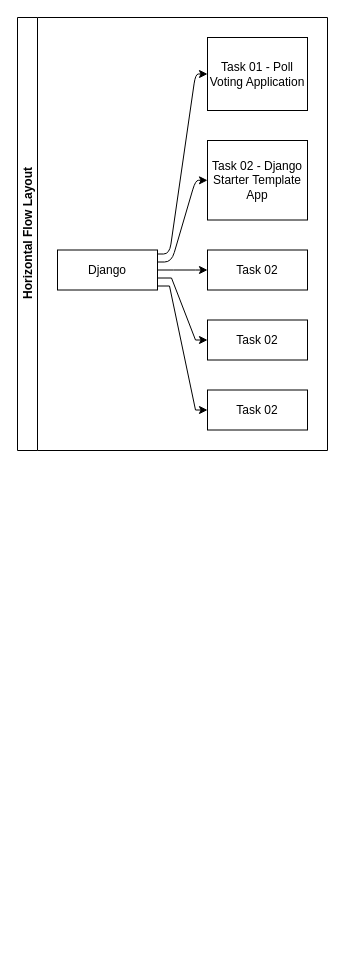
Earlier version of the draw.io diagram mindmaps - 001 Diagram.drawio (sip005/drawio_01). Source tidied: cells renumbered, new cells numbered last; positions are measured from the earlier drawing's top-left corner, leaving out a move shared by most shapes. Both pictures are drawn from the tidied source at 100%, with x=0, y=0 at pixel (17, 17).
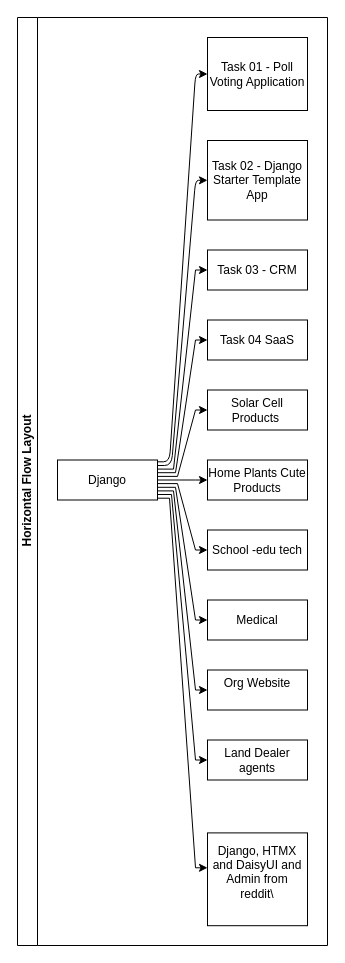
After the change.

The change refers to these unchanged cells:
```xml
<mxCell id="4" value="Task 01 - Poll Voting Application" style="whiteSpace=wrap;html=1;" parent="2" vertex="1">
  <mxGeometry x="190" y="20" width="100" height="73" as="geometry" />
</mxCell>
<mxCell id="6" value="Task 02 - Django Starter Template App" style="whiteSpace=wrap;html=1;" parent="2" vertex="1">
  <mxGeometry x="190" y="123" width="100" height="79.5" as="geometry" />
</mxCell>
```

The edit, as a diff of the source:
```diff
@@
     <mxCell id="2" value="Horizontal Flow Layout" style="swimlane;html=1;startSize=20;horizontal=0;flowOrientation=west;interRankCellSpacing=50;containerType=tree;fontSize=12;" parent="1" vertex="1">
-      <mxGeometry width="310" height="433" as="geometry" />
+      <mxGeometry width="310" height="928" as="geometry" />
     </mxCell>
     <mxCell id="3" value="Django" style="whiteSpace=wrap;html=1;" parent="2" vertex="1">
-      <mxGeometry x="40" y="232.5" width="100" height="40" as="geometry" />
+      <mxGeometry x="40" y="442.5" width="100" height="40" as="geometry" />
     </mxCell>
@@
     <mxCell id="5" style="html=1;rounded=1;curved=0;sourcePerimeterSpacing=0;targetPerimeterSpacing=0;startSize=6;endSize=6;noEdgeStyle=1;orthogonal=1;" parent="2" edge="1" source="3" target="4">
       <mxGeometry relative="1" as="geometry">
         <Array as="points">
-          <mxPoint x="152" y="236.5" />
+          <mxPoint x="152" y="444.3" />
           <mxPoint x="178" y="56.5" />
         </Array>
       </mxGeometry>
     </mxCell>
@@
     <mxCell id="7" style="html=1;rounded=1;curved=0;sourcePerimeterSpacing=0;targetPerimeterSpacing=0;startSize=6;endSize=6;noEdgeStyle=1;orthogonal=1;" parent="2" edge="1" source="3" target="6">
       <mxGeometry relative="1" as="geometry">
         <Array as="points">
-          <mxPoint x="154" y="244.5" />
+          <mxPoint x="154" y="448" />
           <mxPoint x="178" y="162.8" />
         </Array>
       </mxGeometry>
     </mxCell>
     <mxCell id="8" style="edgeStyle=orthogonalEdgeStyle;rounded=0;jettySize=auto;html=1;noEdgeStyle=1;orthogonal=1;" parent="2" edge="1" source="3" target="9">
       <mxGeometry relative="1" as="geometry">
         <Array as="points">
-          <mxPoint x="156" y="252.5" />
+          <mxPoint x="156" y="451.6" />
           <mxPoint x="178" y="252.5" />
         </Array>
       </mxGeometry>
     </mxCell>
-    <mxCell id="9" value="Task 02" style="whiteSpace=wrap;html=1;" parent="2" vertex="1">
+    <mxCell id="9" value="Task 03 - CRM" style="whiteSpace=wrap;html=1;" parent="2" vertex="1">
       <mxGeometry x="190" y="232.5" width="100" height="40" as="geometry" />
     </mxCell>
     <mxCell id="10" style="edgeStyle=orthogonalEdgeStyle;rounded=0;jettySize=auto;html=1;noEdgeStyle=1;orthogonal=1;" parent="2" edge="1" source="3" target="11">
       <mxGeometry relative="1" as="geometry">
         <Array as="points">
-          <mxPoint x="154" y="260.5" />
+          <mxPoint x="158" y="455.2" />
           <mxPoint x="178" y="322.5" />
         </Array>
       </mxGeometry>
     </mxCell>
-    <mxCell id="11" value="Task 02" style="whiteSpace=wrap;html=1;" parent="2" vertex="1">
+    <mxCell id="11" value="Task 04 SaaS" style="whiteSpace=wrap;html=1;" parent="2" vertex="1">
       <mxGeometry x="190" y="302.5" width="100" height="40" as="geometry" />
     </mxCell>
     <mxCell id="12" style="edgeStyle=orthogonalEdgeStyle;rounded=0;jettySize=auto;html=1;noEdgeStyle=1;orthogonal=1;" parent="2" edge="1" source="3" target="13">
       <mxGeometry relative="1" as="geometry">
         <Array as="points">
-          <mxPoint x="152" y="268.5" />
+          <mxPoint x="160" y="458.9" />
           <mxPoint x="178" y="392.5" />
         </Array>
       </mxGeometry>
     </mxCell>
-    <mxCell id="13" value="Task 02" style="whiteSpace=wrap;html=1;" parent="2" vertex="1">
+    <mxCell id="13" value="Solar Cell Products&amp;nbsp;" style="whiteSpace=wrap;html=1;" parent="2" vertex="1">
       <mxGeometry x="190" y="372.5" width="100" height="40" as="geometry" />
     </mxCell>
+    <mxCell id="14" style="edgeStyle=orthogonalEdgeStyle;rounded=0;jettySize=auto;html=1;noEdgeStyle=1;orthogonal=1;" parent="2" edge="1" source="3" target="15">
+      <mxGeometry relative="1" as="geometry">
+        <Array as="points">
+          <mxPoint x="162" y="462.5" />
+          <mxPoint x="178" y="462.5" />
+        </Array>
+      </mxGeometry>
+    </mxCell>
+    <mxCell id="15" value="Home Plants Cute Products" style="whiteSpace=wrap;html=1;" parent="2" vertex="1">
+      <mxGeometry x="190" y="442.5" width="100" height="40" as="geometry" />
+    </mxCell>
+    <mxCell id="16" style="edgeStyle=orthogonalEdgeStyle;rounded=0;jettySize=auto;html=1;noEdgeStyle=1;orthogonal=1;" parent="2" edge="1" source="3" target="17">
+      <mxGeometry relative="1" as="geometry">
+        <Array as="points">
+          <mxPoint x="160" y="466.1" />
+          <mxPoint x="178" y="532.5" />
+        </Array>
+      </mxGeometry>
+    </mxCell>
+    <mxCell id="17" value="School -edu tech" style="whiteSpace=wrap;html=1;" parent="2" vertex="1">
+      <mxGeometry x="190" y="512.5" width="100" height="40" as="geometry" />
+    </mxCell>
+    <mxCell id="18" style="edgeStyle=orthogonalEdgeStyle;rounded=0;jettySize=auto;html=1;noEdgeStyle=1;orthogonal=1;" parent="2" edge="1" source="3" target="19">
+      <mxGeometry relative="1" as="geometry">
+        <Array as="points">
+          <mxPoint x="158" y="469.8" />
+          <mxPoint x="178" y="602.5" />
+        </Array>
+      </mxGeometry>
+    </mxCell>
+    <mxCell id="19" value="Medical" style="whiteSpace=wrap;html=1;" parent="2" vertex="1">
+      <mxGeometry x="190" y="582.5" width="100" height="40" as="geometry" />
+    </mxCell>
+    <mxCell id="20" style="edgeStyle=orthogonalEdgeStyle;rounded=0;jettySize=auto;html=1;noEdgeStyle=1;orthogonal=1;" parent="2" edge="1" source="3" target="21">
+      <mxGeometry relative="1" as="geometry">
+        <Array as="points">
+          <mxPoint x="156" y="473.4" />
+          <mxPoint x="178" y="672.5" />
+        </Array>
+      </mxGeometry>
+    </mxCell>
+    <mxCell id="21" value="Org Website&lt;div&gt;&lt;br&gt;&lt;/div&gt;" style="whiteSpace=wrap;html=1;" parent="2" vertex="1">
+      <mxGeometry x="190" y="652.5" width="100" height="40" as="geometry" />
+    </mxCell>
+    <mxCell id="22" style="edgeStyle=orthogonalEdgeStyle;rounded=0;jettySize=auto;html=1;noEdgeStyle=1;orthogonal=1;" parent="2" edge="1" source="3" target="23">
+      <mxGeometry relative="1" as="geometry">
+        <Array as="points">
+          <mxPoint x="154" y="477" />
+          <mxPoint x="178" y="742.5" />
+        </Array>
+      </mxGeometry>
+    </mxCell>
+    <mxCell id="23" value="Land Dealer agents" style="whiteSpace=wrap;html=1;" parent="2" vertex="1">
+      <mxGeometry x="190" y="722.5" width="100" height="40" as="geometry" />
+    </mxCell>
+    <mxCell id="24" style="edgeStyle=orthogonalEdgeStyle;rounded=0;jettySize=auto;html=1;noEdgeStyle=1;orthogonal=1;" parent="2" edge="1" source="3" target="25">
+      <mxGeometry relative="1" as="geometry">
+        <Array as="points">
+          <mxPoint x="152" y="480.7" />
+          <mxPoint x="178" y="850.3" />
+        </Array>
+      </mxGeometry>
+    </mxCell>
+    <mxCell id="25" value="Django, HTMX and DaisyUI and Admin from reddit\&lt;div&gt;&lt;br&gt;&lt;/div&gt;" style="whiteSpace=wrap;html=1;" parent="2" vertex="1">
+      <mxGeometry x="190" y="815.4" width="100" height="92.8" as="geometry" />
+    </mxCell>
```
